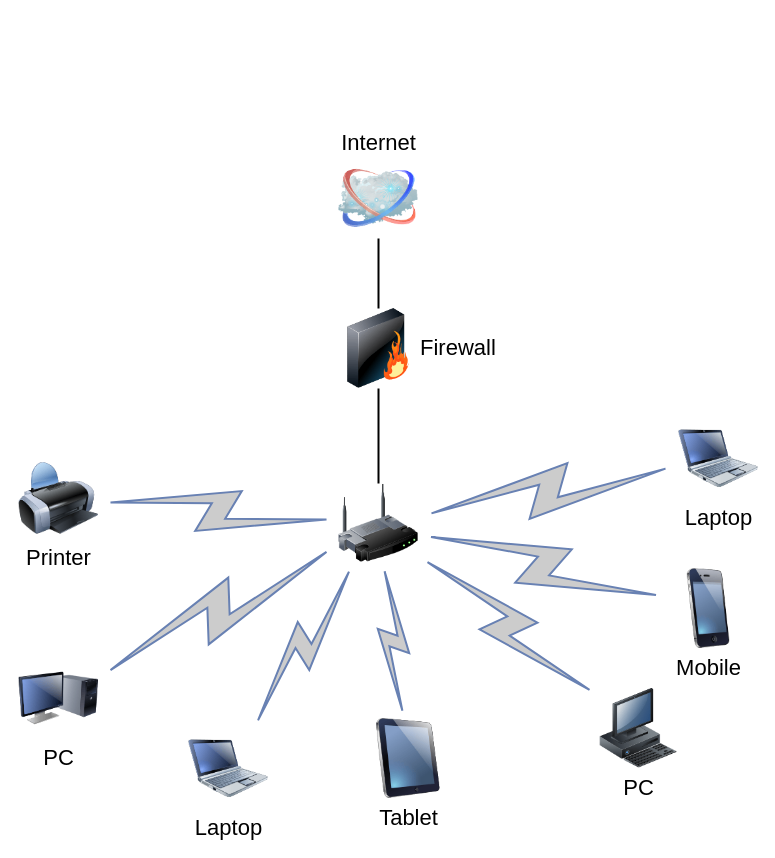
Before: Untitled Diagram.drawio in RusselAlpuche/russelalpuche.github.io, a draw.io diagram. Source tidied: cells renumbered, new cells numbered last; positions are measured from the earlier drawing's top-left corner, leaving out a move shared by most shapes. Both pictures are drawn from the tidied source at 100%, with x=0, y=0 at pixel (18, 158).
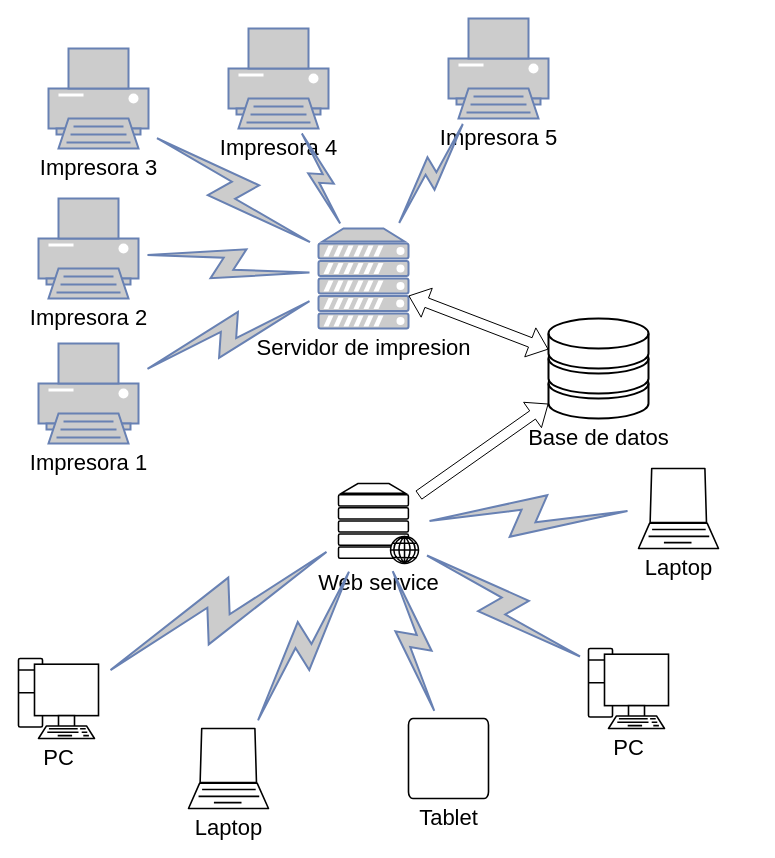
After the change.

Change to the diagram source:
```diff
@@
-    <mxCell id="2" style="edgeStyle=none;rounded=0;html=1;labelBackgroundColor=none;endArrow=none;strokeWidth=2;fontFamily=Verdana;fontSize=22;" parent="1" edge="1" source="3" target="6">
-      <mxGeometry relative="1" as="geometry" />
-    </mxCell>
-    <mxCell id="3" style="image;html=1;labelBackgroundColor=#ffffff;image=img/lib/clip_art/networking/Wireless_Router_128x128.png;rounded=1;shadow=0;comic=0;strokeWidth=2;fontSize=22;" parent="1" vertex="1">
+    <mxCell id="3" value="Web service" style="fontColor=rgb(0, 0, 0);verticalAlign=top;verticalLabelPosition=bottom;labelPosition=center;align=center;html=1;outlineConnect=0;fillColor=rgb(255, 255, 255);strokeColor=rgb(0, 0, 0);gradientColor=none;gradientDirection=north;strokeWidth=2;shape=mxgraph.networks.web_server;shadow=0;fontFamily=Helvetica;fontSize=22;comic=0;" parent="1" vertex="1">
       <mxGeometry x="320" y="325" width="80" height="80" as="geometry" />
     </mxCell>
-    <mxCell id="4" value="Internet" style="image;html=1;labelBackgroundColor=#ffffff;image=img/lib/clip_art/networking/Cloud_128x128.png;rounded=1;shadow=0;comic=0;strokeWidth=2;fontSize=22;labelPosition=center;verticalLabelPosition=top;align=center;verticalAlign=bottom;" parent="1" vertex="1">
-      <mxGeometry x="320" width="80" height="80" as="geometry" />
-    </mxCell>
-    <mxCell id="5" style="edgeStyle=none;rounded=0;html=1;labelBackgroundColor=none;endArrow=none;strokeWidth=2;fontFamily=Verdana;fontSize=22;" parent="1" edge="1" source="6" target="4">
-      <mxGeometry relative="1" as="geometry" />
-    </mxCell>
-    <mxCell id="6" value="Firewall" style="image;html=1;labelBackgroundColor=#ffffff;image=img/lib/clip_art/networking/Firewall_128x128.png;rounded=1;shadow=0;comic=0;strokeWidth=2;fontSize=22;labelPosition=right;verticalLabelPosition=middle;align=left;verticalAlign=middle;" parent="1" vertex="1">
-      <mxGeometry x="320" y="150" width="80" height="80" as="geometry" />
-    </mxCell>
-    <mxCell id="7" value="Tablet" style="image;html=1;labelBackgroundColor=#ffffff;image=img/lib/clip_art/computers/iPad_128x128.png;rounded=1;shadow=0;comic=0;strokeWidth=2;fontSize=22;" parent="1" vertex="1">
-      <mxGeometry x="350" y="560" width="80" height="80" as="geometry" />
+    <mxCell id="7" value="Tablet" style="fontColor=rgb(0, 0, 0);verticalAlign=top;verticalLabelPosition=bottom;labelPosition=center;align=center;html=1;outlineConnect=0;fillColor=rgb(255, 255, 255);strokeColor=rgb(0, 0, 0);gradientColor=none;gradientDirection=north;strokeWidth=2;shape=mxgraph.networks.tablet;shadow=0;fontFamily=Helvetica;fontSize=22;comic=0;" parent="1" vertex="1">
+      <mxGeometry x="390" y="560" width="80" height="80" as="geometry" />
     </mxCell>
-    <mxCell id="8" value="PC" style="image;html=1;labelBackgroundColor=#ffffff;image=img/lib/clip_art/computers/Monitor_Tower_128x128.png;rounded=1;shadow=0;comic=0;strokeWidth=2;fontSize=22;" parent="1" vertex="1">
+    <mxCell id="8" value="PC" style="fontColor=rgb(0, 0, 0);verticalAlign=top;verticalLabelPosition=bottom;labelPosition=center;align=center;html=1;outlineConnect=0;fillColor=rgb(255, 255, 255);strokeColor=rgb(0, 0, 0);gradientColor=none;gradientDirection=north;strokeWidth=2;shape=mxgraph.networks.pc;shadow=0;fontFamily=Helvetica;fontSize=22;comic=0;" parent="1" vertex="1">
       <mxGeometry y="500" width="80" height="80" as="geometry" />
     </mxCell>
-    <mxCell id="9" value="Printer" style="image;html=1;labelBackgroundColor=#ffffff;image=img/lib/clip_art/computers/Printer_128x128.png;rounded=1;shadow=0;comic=0;strokeWidth=2;fontSize=22;" parent="1" vertex="1">
-      <mxGeometry y="300" width="80" height="80" as="geometry" />
-    </mxCell>
-    <mxCell id="10" value="PC" style="image;html=1;labelBackgroundColor=#ffffff;image=img/lib/clip_art/computers/Workstation_128x128.png;rounded=1;shadow=0;comic=0;strokeWidth=2;fontSize=22;" parent="1" vertex="1">
-      <mxGeometry x="580" y="530" width="80" height="80" as="geometry" />
+    <mxCell id="10" value="PC" style="fontColor=rgb(0, 0, 0);verticalAlign=top;verticalLabelPosition=bottom;labelPosition=center;align=center;html=1;outlineConnect=0;fillColor=rgb(255, 255, 255);strokeColor=rgb(0, 0, 0);gradientColor=none;gradientDirection=north;strokeWidth=2;shape=mxgraph.networks.pc;shadow=0;fontFamily=Helvetica;fontSize=22;comic=0;" parent="1" vertex="1">
+      <mxGeometry x="570" y="490" width="80" height="80" as="geometry" />
     </mxCell>
-    <mxCell id="11" value="Mobile" style="image;html=1;labelBackgroundColor=#ffffff;image=img/lib/clip_art/telecommunication/iPhone_128x128.png;rounded=1;shadow=0;comic=0;strokeWidth=2;fontSize=22;" parent="1" vertex="1">
-      <mxGeometry x="650" y="410" width="80" height="80" as="geometry" />
-    </mxCell>
-    <mxCell id="12" value="Laptop" style="image;html=1;labelBackgroundColor=#ffffff;image=img/lib/clip_art/computers/Netbook_128x128.png;rounded=1;shadow=0;comic=0;strokeColor=#000000;strokeWidth=2;fillColor=#FFFFFF;fontSize=22;fontColor=#000000;" parent="1" vertex="1">
-      <mxGeometry x="660" y="260" width="80" height="80" as="geometry" />
+    <mxCell id="12" value="Laptop" style="fontColor=#000000;verticalAlign=top;verticalLabelPosition=bottom;labelPosition=center;align=center;html=1;outlineConnect=0;fillColor=#FFFFFF;strokeColor=#000000;gradientColor=none;gradientDirection=north;strokeWidth=2;shape=mxgraph.networks.laptop;shadow=0;fontFamily=Helvetica;fontSize=22;comic=0;" parent="1" vertex="1">
+      <mxGeometry x="620" y="310" width="80" height="80" as="geometry" />
     </mxCell>
-    <mxCell id="13" value="Laptop" style="image;html=1;labelBackgroundColor=#ffffff;image=img/lib/clip_art/computers/Netbook_128x128.png;rounded=1;shadow=0;comic=0;strokeWidth=2;fontSize=22;" parent="1" vertex="1">
+    <mxCell id="13" value="Laptop" style="fontColor=rgb(0, 0, 0);verticalAlign=top;verticalLabelPosition=bottom;labelPosition=center;align=center;html=1;outlineConnect=0;fillColor=rgb(255, 255, 255);strokeColor=rgb(0, 0, 0);gradientColor=none;gradientDirection=north;strokeWidth=2;shape=mxgraph.networks.laptop;shadow=0;fontFamily=Helvetica;fontSize=22;comic=0;" parent="1" vertex="1">
       <mxGeometry x="170" y="570" width="80" height="80" as="geometry" />
     </mxCell>
-    <mxCell id="14" style="html=1;fillColor=#CCCCCC;strokeColor=#6881B3;gradientColor=none;gradientDirection=north;strokeWidth=2;shape=mxgraph.networks.comm_link_edge;html=1;labelBackgroundColor=none;endArrow=none;fontFamily=Verdana;fontSize=22;fontColor=#000000;" parent="1" edge="1" source="9" target="3">
-      <mxGeometry relative="1" as="geometry" />
-    </mxCell>
@@
-    <mxCell id="19" style="html=1;fillColor=#CCCCCC;strokeColor=#6881B3;gradientColor=none;gradientDirection=north;strokeWidth=2;shape=mxgraph.networks.comm_link_edge;html=1;labelBackgroundColor=none;endArrow=none;fontFamily=Verdana;fontSize=22;fontColor=#000000;" parent="1" edge="1" source="11" target="3">
-      <mxGeometry relative="1" as="geometry" />
-    </mxCell>
@@
+    <mxCell id="21" value="&lt;font style=&quot;font-size: 22px&quot;&gt;Base de datos&lt;/font&gt;" style="verticalAlign=top;verticalLabelPosition=bottom;labelPosition=center;align=center;html=1;outlineConnect=0;gradientDirection=north;strokeWidth=2;shape=mxgraph.networks.storage;" parent="1" vertex="1">
+      <mxGeometry x="530" y="160" width="100" height="100" as="geometry" />
+    </mxCell>
+    <mxCell id="22" style="shape=flexArrow;endArrow=classic;html=1;rounded=0;" parent="1" edge="1" source="3" target="21">
+      <mxGeometry relative="1" as="geometry" />
+    </mxCell>
+    <mxCell id="23" value="&lt;font color=&quot;#000000&quot; style=&quot;font-size: 22px&quot;&gt;Servidor de impresion&lt;/font&gt;" style="fontColor=#0066CC;verticalAlign=top;verticalLabelPosition=bottom;labelPosition=center;align=center;html=1;outlineConnect=0;fillColor=#CCCCCC;strokeColor=#6881B3;gradientColor=none;gradientDirection=north;strokeWidth=2;shape=mxgraph.networks.server;" parent="1" vertex="1">
+      <mxGeometry x="300" y="70" width="90" height="100" as="geometry" />
+    </mxCell>
+    <mxCell id="24" style="shape=flexArrow;endArrow=classic;startArrow=classic;html=1;rounded=0;" parent="1" edge="1" source="23" target="21">
+      <mxGeometry relative="1" as="geometry" />
+    </mxCell>
+    <mxCell id="25" value="&lt;font style=&quot;font-size: 22px&quot; color=&quot;#000000&quot;&gt;Impresora 3&lt;/font&gt;" style="fontColor=#0066CC;verticalAlign=top;verticalLabelPosition=bottom;labelPosition=center;align=center;html=1;outlineConnect=0;fillColor=#CCCCCC;strokeColor=#6881B3;gradientColor=none;gradientDirection=north;strokeWidth=2;shape=mxgraph.networks.printer;" parent="1" vertex="1">
+      <mxGeometry x="30" y="-110" width="100" height="100" as="geometry" />
+    </mxCell>
+    <mxCell id="26" value="&lt;font color=&quot;#000000&quot; style=&quot;font-size: 22px&quot;&gt;Impresora 2&lt;/font&gt;" style="fontColor=#0066CC;verticalAlign=top;verticalLabelPosition=bottom;labelPosition=center;align=center;html=1;outlineConnect=0;fillColor=#CCCCCC;strokeColor=#6881B3;gradientColor=none;gradientDirection=north;strokeWidth=2;shape=mxgraph.networks.printer;" parent="1" vertex="1">
+      <mxGeometry x="20" y="40" width="100" height="100" as="geometry" />
+    </mxCell>
+    <mxCell id="27" value="&lt;font color=&quot;#000000&quot; style=&quot;font-size: 22px&quot;&gt;Impresora 4&lt;/font&gt;" style="fontColor=#0066CC;verticalAlign=top;verticalLabelPosition=bottom;labelPosition=center;align=center;html=1;outlineConnect=0;fillColor=#CCCCCC;strokeColor=#6881B3;gradientColor=none;gradientDirection=north;strokeWidth=2;shape=mxgraph.networks.printer;" parent="1" vertex="1">
+      <mxGeometry x="210" y="-130" width="100" height="100" as="geometry" />
+    </mxCell>
+    <mxCell id="28" value="&lt;font color=&quot;#000000&quot; style=&quot;font-size: 22px&quot;&gt;Impresora 1&lt;/font&gt;" style="fontColor=#0066CC;verticalAlign=top;verticalLabelPosition=bottom;labelPosition=center;align=center;html=1;outlineConnect=0;fillColor=#CCCCCC;strokeColor=#6881B3;gradientColor=none;gradientDirection=north;strokeWidth=2;shape=mxgraph.networks.printer;" parent="1" vertex="1">
+      <mxGeometry x="20" y="185" width="100" height="100" as="geometry" />
+    </mxCell>
+    <mxCell id="29" value="&lt;font color=&quot;#000000&quot; style=&quot;font-size: 22px&quot;&gt;Impresora 5&lt;/font&gt;" style="fontColor=#0066CC;verticalAlign=top;verticalLabelPosition=bottom;labelPosition=center;align=center;html=1;outlineConnect=0;fillColor=#CCCCCC;strokeColor=#6881B3;gradientColor=none;gradientDirection=north;strokeWidth=2;shape=mxgraph.networks.printer;" parent="1" vertex="1">
+      <mxGeometry x="430" y="-140" width="100" height="100" as="geometry" />
+    </mxCell>
+    <mxCell id="30" style="html=1;outlineConnect=0;fillColor=#CCCCCC;strokeColor=#6881B3;gradientColor=none;gradientDirection=north;strokeWidth=2;shape=mxgraph.networks.comm_link_edge;html=1;rounded=0;" parent="1" edge="1" source="28" target="23">
+      <mxGeometry relative="1" as="geometry" />
+    </mxCell>
+    <mxCell id="31" style="html=1;outlineConnect=0;fillColor=#CCCCCC;strokeColor=#6881B3;gradientColor=none;gradientDirection=north;strokeWidth=2;shape=mxgraph.networks.comm_link_edge;html=1;rounded=0;" parent="1" edge="1" source="26" target="23">
+      <mxGeometry relative="1" as="geometry" />
+    </mxCell>
+    <mxCell id="32" style="html=1;outlineConnect=0;fillColor=#CCCCCC;strokeColor=#6881B3;gradientColor=none;gradientDirection=north;strokeWidth=2;shape=mxgraph.networks.comm_link_edge;html=1;rounded=0;" parent="1" edge="1" source="25" target="23">
+      <mxGeometry relative="1" as="geometry" />
+    </mxCell>
+    <mxCell id="33" style="html=1;outlineConnect=0;fillColor=#CCCCCC;strokeColor=#6881B3;gradientColor=none;gradientDirection=north;strokeWidth=2;shape=mxgraph.networks.comm_link_edge;html=1;rounded=0;" parent="1" edge="1" source="23" target="27">
+      <mxGeometry relative="1" as="geometry" />
+    </mxCell>
+    <mxCell id="34" style="html=1;outlineConnect=0;fillColor=#CCCCCC;strokeColor=#6881B3;gradientColor=none;gradientDirection=north;strokeWidth=2;shape=mxgraph.networks.comm_link_edge;html=1;rounded=0;" parent="1" edge="1" source="23" target="29">
+      <mxGeometry relative="1" as="geometry" />
+    </mxCell>
```
